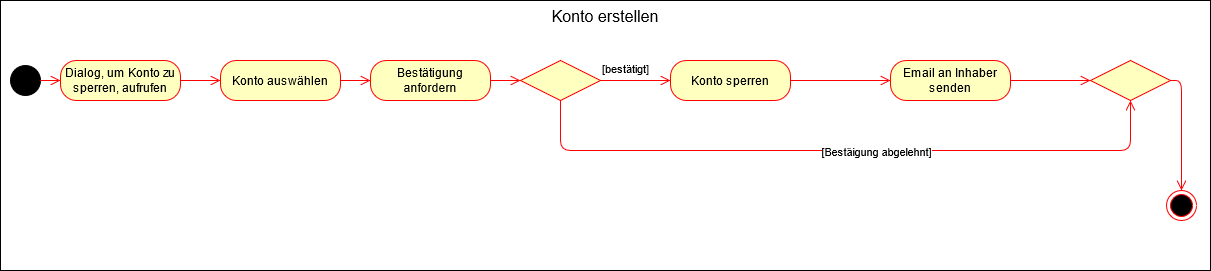
Before: Diagramme/Usermanagement/Konto sperren.png, a diagram exported from draw.io (dnickel8/SGSETeam3). Source tidied: cells renumbered, new cells last; positions are measured from the earlier drawing's top-left corner, leaving out a move shared by most shapes.
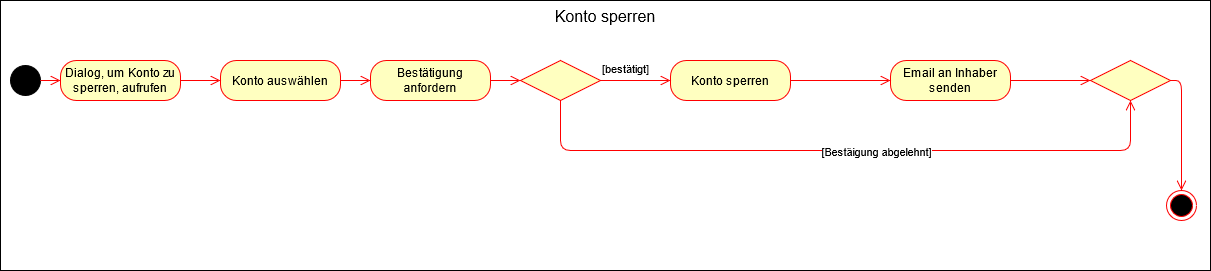
The same file after the commit.

What changed in the source:
```diff
@@ -2,7 +2,7 @@
   <root>
     <mxCell id="0" />
     <mxCell id="1" parent="0" />
-    <mxCell id="2" value="Konto erstellen" style="rounded=0;whiteSpace=wrap;html=1;verticalAlign=top;fontSize=16;" parent="1" vertex="1">
+    <mxCell id="2" value="Konto sperren" style="rounded=0;whiteSpace=wrap;html=1;verticalAlign=top;fontSize=16;" parent="1" vertex="1">
       <mxGeometry width="1210" height="270" as="geometry" />
     </mxCell>
     <mxCell id="3" style="ellipse;whiteSpace=wrap;html=1;fillColor=#000000;" parent="1" vertex="1">
```
